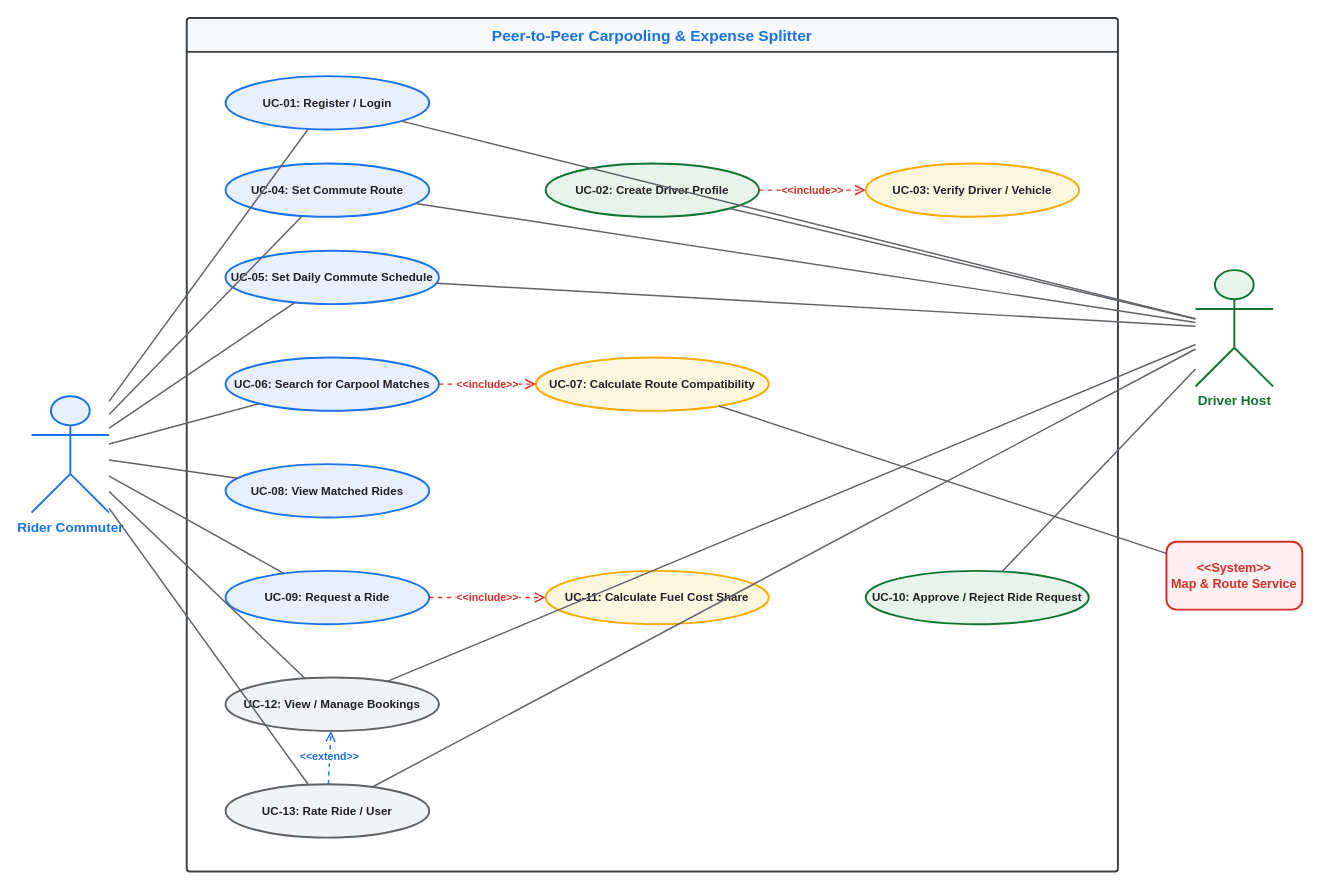
This is Lab1/use-case-diagram.drawio from saathviksp/SE-Labs-PES1UG24CS394, a draw.io file, before an edit. Source tidied: cells renumbered, new cells numbered last; positions are measured from the earlier drawing's top-left corner, leaving out a move shared by most shapes. Both pictures are drawn from the tidied source at 97%, with x=0, y=0 at pixel (31, 17).
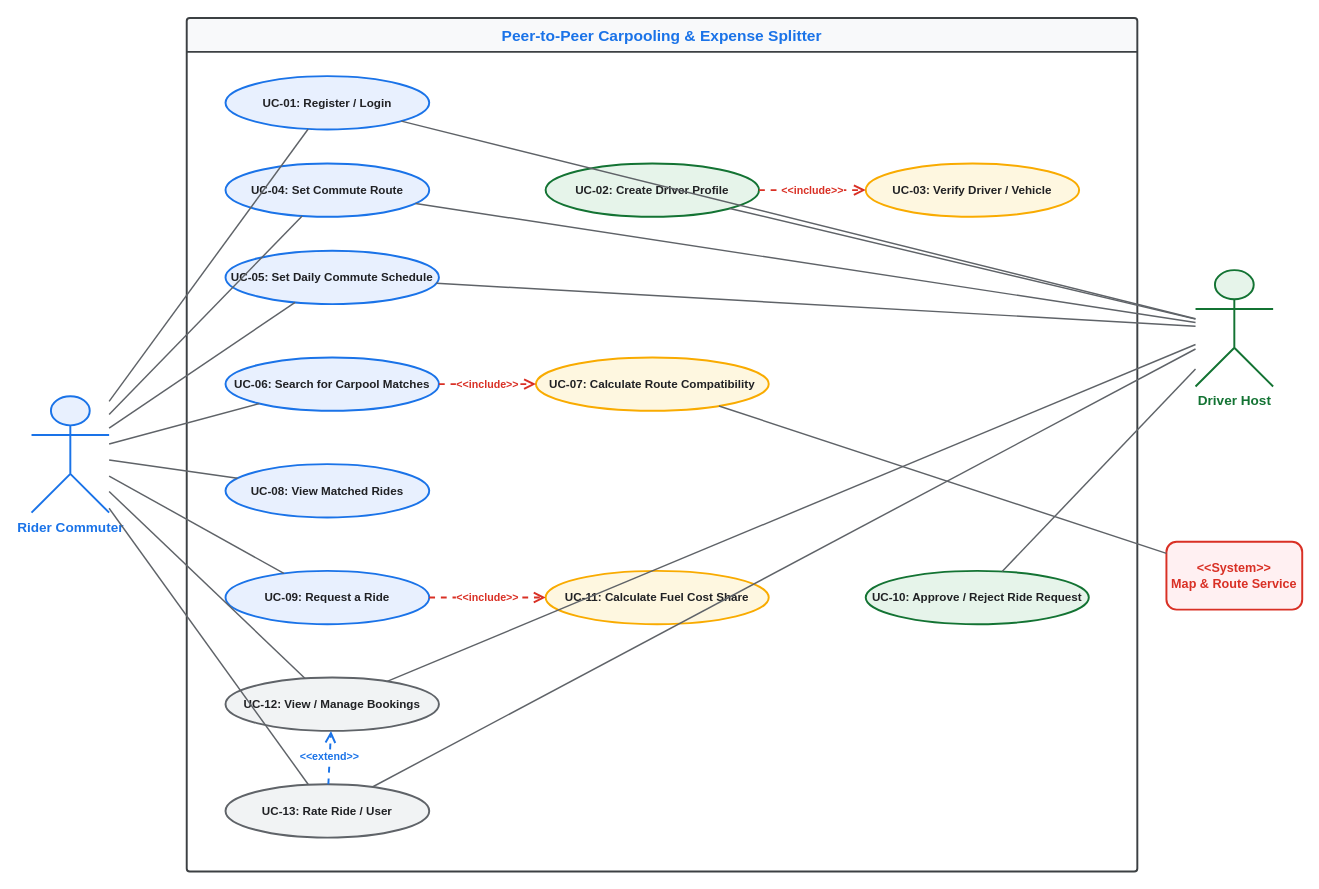
After the change.

Commit message (it also covers changes not shown here):
Correct UML relationship arrow directions for include and extend

Unchanged cells that the change refers to:
```xml
<mxCell id="9" value="UC-06: Search for Carpool Matches" style="ellipse;whiteSpace=wrap;html=1;strokeWidth=2;fontSize=12;fontStyle=1;fontColor=#202124;fillColor=#E8F0FE;strokeColor=#1A73E8;" parent="2" vertex="1">
  <mxGeometry x="40" y="350" width="220" height="55" as="geometry" />
</mxCell>
<mxCell id="11" value="UC-09: Request a Ride" style="ellipse;whiteSpace=wrap;html=1;strokeWidth=2;fontSize=12;fontStyle=1;fontColor=#202124;fillColor=#E8F0FE;strokeColor=#1A73E8;" parent="2" vertex="1">
  <mxGeometry x="40" y="570" width="210" height="55" as="geometry" />
</mxCell>
<mxCell id="12" value="UC-12: View / Manage Bookings" style="ellipse;whiteSpace=wrap;html=1;strokeWidth=2;fontSize=12;fontStyle=1;fontColor=#202124;fillColor=#F1F3F4;strokeColor=#5F6368;" parent="2" vertex="1">
  <mxGeometry x="40" y="680" width="220" height="55" as="geometry" />
</mxCell>
<mxCell id="13" value="UC-13: Rate Ride / User" style="ellipse;whiteSpace=wrap;html=1;strokeWidth=2;fontSize=12;fontStyle=1;fontColor=#202124;fillColor=#F1F3F4;strokeColor=#5F6368;" parent="2" vertex="1">
  <mxGeometry x="40" y="790" width="210" height="55" as="geometry" />
</mxCell>
<mxCell id="14" value="UC-02: Create Driver Profile" style="ellipse;whiteSpace=wrap;html=1;strokeWidth=2;fontSize=12;fontStyle=1;fontColor=#202124;fillColor=#E6F4EA;strokeColor=#137333;" parent="2" vertex="1">
  <mxGeometry x="370" y="150" width="220" height="55" as="geometry" />
</mxCell>
<mxCell id="15" value="UC-03: Verify Driver / Vehicle" style="ellipse;whiteSpace=wrap;html=1;strokeWidth=2;fontSize=12;fontStyle=1;fontColor=#202124;fillColor=#FEF7E0;strokeColor=#F9AB00;" parent="2" vertex="1">
  <mxGeometry x="700" y="150" width="220" height="55" as="geometry" />
</mxCell>
<mxCell id="16" value="UC-07: Calculate Route Compatibility" style="ellipse;whiteSpace=wrap;html=1;strokeWidth=2;fontSize=12;fontStyle=1;fontColor=#202124;fillColor=#FEF7E0;strokeColor=#F9AB00;" parent="2" vertex="1">
  <mxGeometry x="360" y="350" width="240" height="55" as="geometry" />
</mxCell>
<mxCell id="17" value="UC-11: Calculate Fuel Cost Share" style="ellipse;whiteSpace=wrap;html=1;strokeWidth=2;fontSize=12;fontStyle=1;fontColor=#202124;fillColor=#FEF7E0;strokeColor=#F9AB00;" parent="2" vertex="1">
  <mxGeometry x="370" y="570" width="230" height="55" as="geometry" />
</mxCell>
```

What changed in the source:
```diff
@@
     <mxCell id="2" value="Peer-to-Peer Carpooling &amp;amp; Expense Splitter" style="shape=swimlane;whiteSpace=wrap;html=1;startSize=35;horizontal=1;fillColor=#F8F9FA;strokeColor=#3C4043;strokeWidth=2;fontColor=#1A73E8;fontStyle=1;fontSize=16;swimlaneFillColor=#FFFFFF;rounded=1;arcSize=3;" parent="1" vertex="1">
-      <mxGeometry x="160" width="960" height="880" as="geometry" />
+      <mxGeometry x="160" width="980" height="880" as="geometry" />
     </mxCell>
@@
-    <mxCell id="35" value="&amp;lt;&amp;lt;include&amp;gt;&amp;gt;" style="endArrow=open;endSize=8;dashed=1;html=1;strokeColor=#D93025;strokeWidth=1.5;fontColor=#D93025;fontSize=11;fontStyle=1;" parent="1" edge="1" source="14" target="15">
+    <mxCell id="35" value="&amp;lt;&amp;lt;include&amp;gt;&amp;gt;" style="endArrow=open;endSize=8;dashed=1;html=1;strokeColor=#D93025;strokeWidth=2;fontColor=#D93025;fontSize=11;fontStyle=1;" parent="1" edge="1" source="14" target="15">
       <mxGeometry relative="1" as="geometry" />
     </mxCell>
-    <mxCell id="36" value="&amp;lt;&amp;lt;include&amp;gt;&amp;gt;" style="endArrow=open;endSize=8;dashed=1;html=1;strokeColor=#D93025;strokeWidth=1.5;fontColor=#D93025;fontSize=11;fontStyle=1;" parent="1" edge="1" source="9" target="16">
+    <mxCell id="36" value="&amp;lt;&amp;lt;include&amp;gt;&amp;gt;" style="endArrow=open;endSize=8;dashed=1;html=1;strokeColor=#D93025;strokeWidth=2;fontColor=#D93025;fontSize=11;fontStyle=1;" parent="1" edge="1" source="9" target="16">
       <mxGeometry relative="1" as="geometry" />
     </mxCell>
-    <mxCell id="37" value="&amp;lt;&amp;lt;include&amp;gt;&amp;gt;" style="endArrow=open;endSize=8;dashed=1;html=1;strokeColor=#D93025;strokeWidth=1.5;fontColor=#D93025;fontSize=11;fontStyle=1;" parent="1" edge="1" source="11" target="17">
+    <mxCell id="37" value="&amp;lt;&amp;lt;include&amp;gt;&amp;gt;" style="endArrow=open;endSize=8;dashed=1;html=1;strokeColor=#D93025;strokeWidth=2;fontColor=#D93025;fontSize=11;fontStyle=1;" parent="1" edge="1" source="11" target="17">
       <mxGeometry relative="1" as="geometry" />
     </mxCell>
-    <mxCell id="38" value="&amp;lt;&amp;lt;extend&amp;gt;&amp;gt;" style="endArrow=open;endSize=8;dashed=1;html=1;strokeColor=#1A73E8;strokeWidth=1.5;fontColor=#1A73E8;fontSize=11;fontStyle=1;" parent="1" edge="1" source="13" target="12">
+    <mxCell id="38" value="&amp;lt;&amp;lt;extend&amp;gt;&amp;gt;" style="endArrow=open;endSize=8;dashed=1;html=1;strokeColor=#1A73E8;strokeWidth=2;fontColor=#1A73E8;fontSize=11;fontStyle=1;" parent="1" edge="1" source="13" target="12">
       <mxGeometry relative="1" as="geometry" />
     </mxCell>
```
